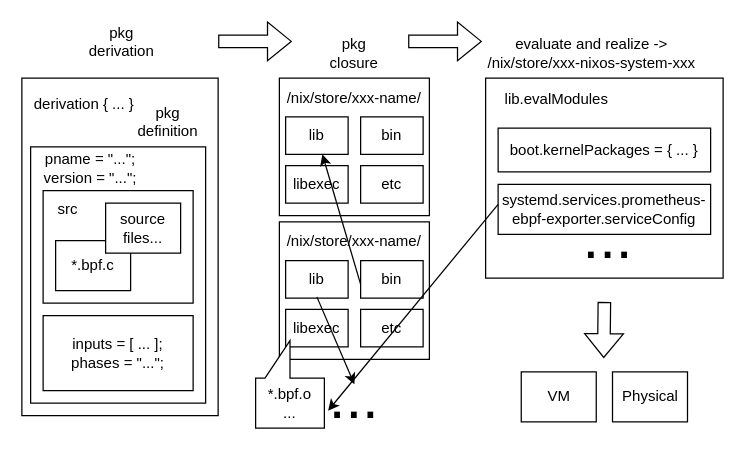
stepbrobd/fosdem keeps this draw.io diagram as doc/flow.drawio. Above is the earlier version. Source tidied: cells renumbered, new cells numbered last; positions are measured from the earlier drawing's top-left corner, leaving out a move shared by most shapes. Both pictures are drawn from the tidied source at 125%, with x=0, y=0 at pixel (21, 22).
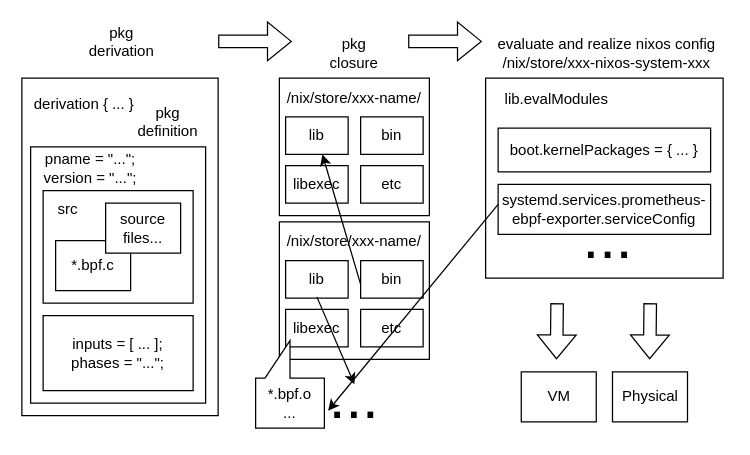
The same page after the edit.

Change to the diagram source:
```diff
@@
-    <mxCell id="35" value="&lt;div&gt;evaluate and realize -&amp;gt;&lt;/div&gt;&lt;div&gt;/nix/store/xxx-nixos-system-xxx&lt;/div&gt;" style="text;html=1;whiteSpace=wrap;strokeColor=none;fillColor=none;align=center;verticalAlign=middle;rounded=0;" parent="1" vertex="1">
-      <mxGeometry x="371" y="9" width="170" height="30" as="geometry" />
+    <mxCell id="35" value="&lt;div&gt;evaluate and realize nixos config&lt;/div&gt;&lt;div&gt;/nix/store/xxx-nixos-system-xxx&lt;/div&gt;" style="text;html=1;whiteSpace=wrap;strokeColor=none;fillColor=none;align=center;verticalAlign=middle;rounded=0;" parent="1" vertex="1">
+      <mxGeometry x="371" y="9" width="194" height="30" as="geometry" />
     </mxCell>
@@
     <mxCell id="41" style="shape=flexArrow;endArrow=classic;html=1;rounded=0;entryX=0.75;entryY=0;entryDx=0;entryDy=0;" parent="1" edge="1">
       <mxGeometry relative="1" as="geometry">
-        <mxPoint x="466" y="223" as="sourcePoint" />
-        <mxPoint x="465.5" y="268" as="targetPoint" />
+        <mxPoint x="428.2" y="224" as="sourcePoint" />
+        <mxPoint x="427.7" y="269" as="targetPoint" />
       </mxGeometry>
     </mxCell>
+    <mxCell id="42" style="shape=flexArrow;endArrow=classic;html=1;rounded=0;entryX=0.75;entryY=0;entryDx=0;entryDy=0;" parent="1" edge="1">
+      <mxGeometry relative="1" as="geometry">
+        <mxPoint x="502.7" y="224" as="sourcePoint" />
+        <mxPoint x="502.2" y="269" as="targetPoint" />
+      </mxGeometry>
+    </mxCell>
```
